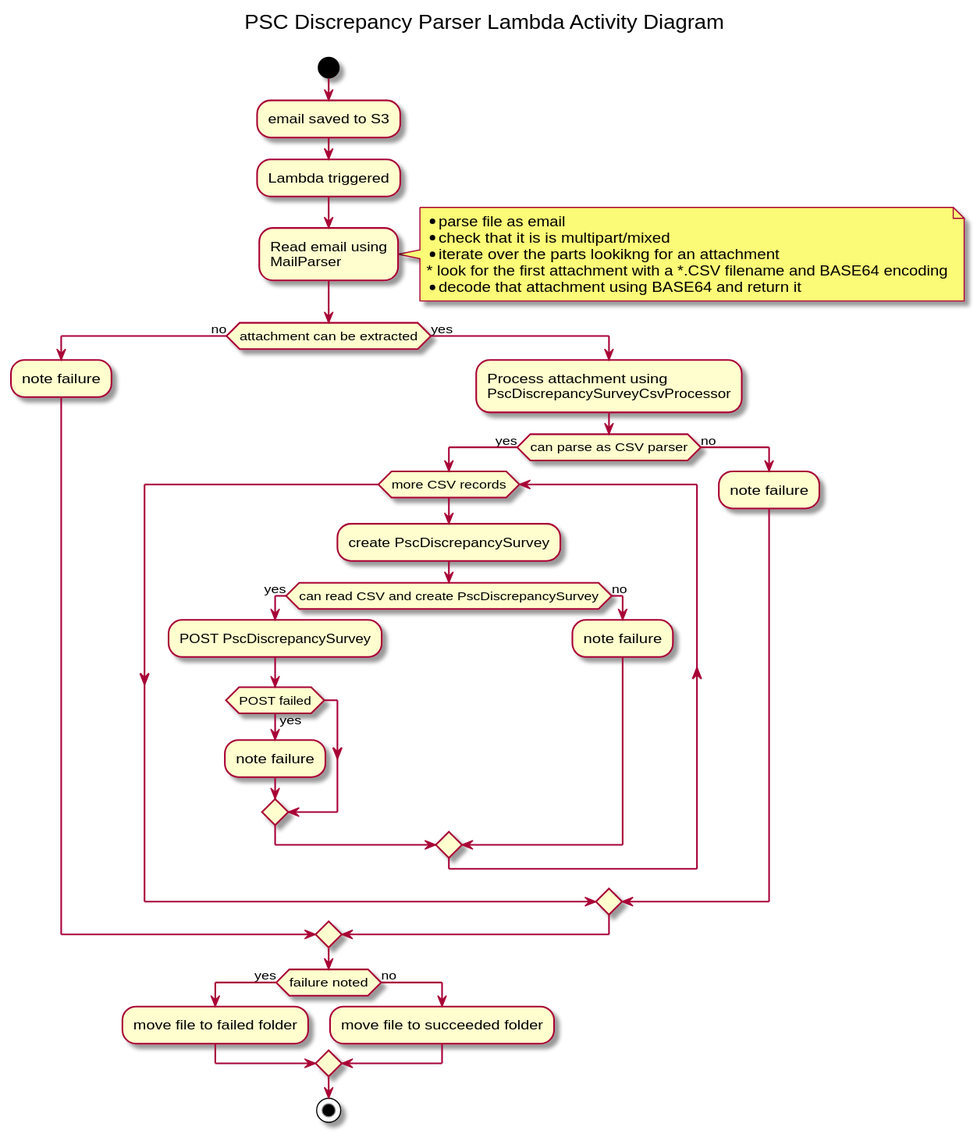
The PlantUML diagram design/LambdaActivity.svg in companieshouse/psc-discrepancy-parser, before a commit.
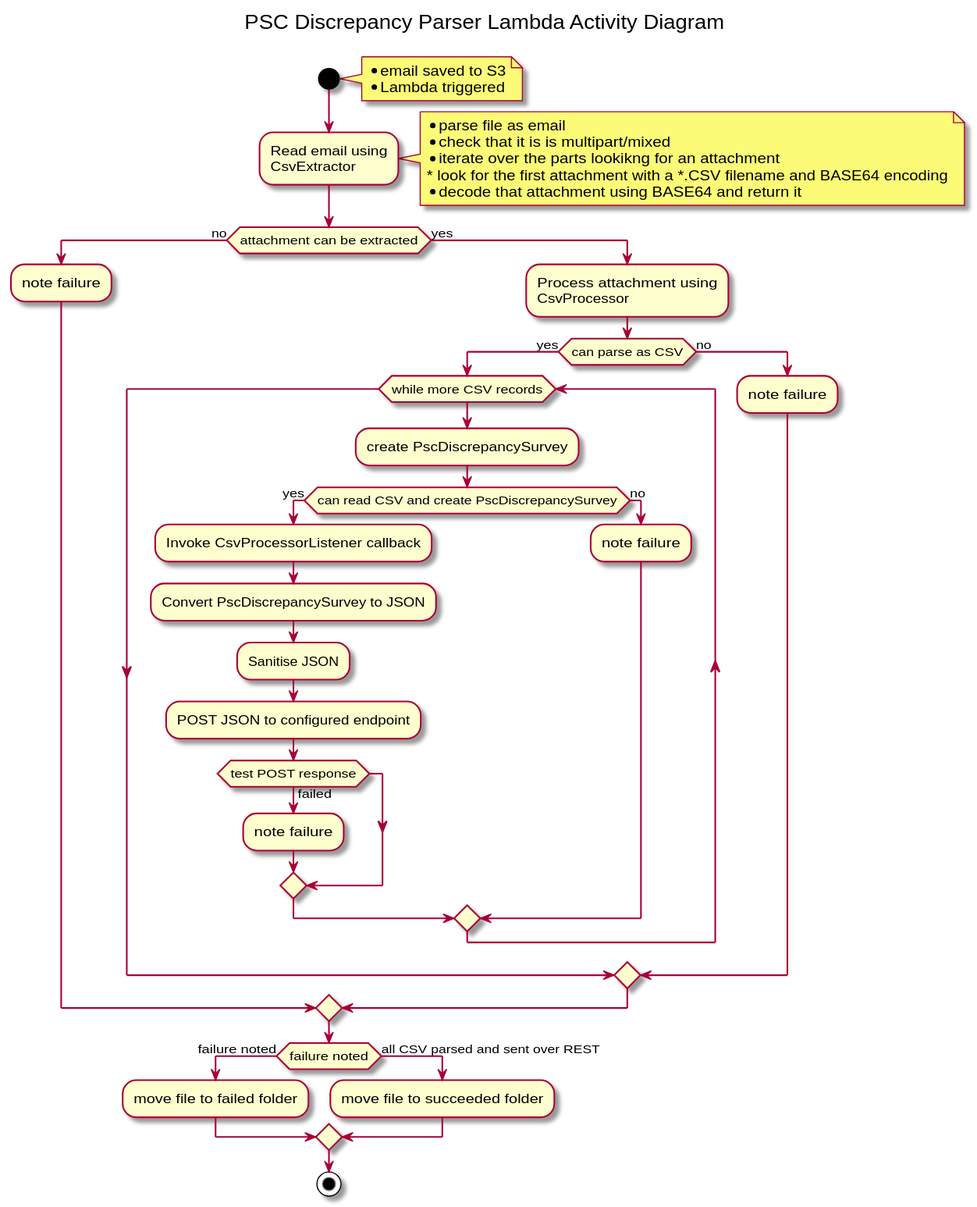
The same file after the commit.

What changed in the source:
```diff
@@ -2,12 +2,11 @@
 title PSC Discrepancy Parser Lambda Activity Diagram \n
 
 start
-
-:email saved to S3;
-
-:Lambda triggered;
-
-:Read email using\nMailParser;
+note right
+    * email saved to S3
+    * Lambda triggered
+endnote
+:Read email using\nCsvExtractor;
 note right
     * parse file as email
     * check that it is is multipart/mixed
@@ -19,13 +18,16 @@
 if (attachment can be extracted) then (no)
   :note failure;
 else (yes)
-  :Process attachment using\nPscDiscrepancySurveyCsvProcessor;
-  if (can parse as CSV parser) then (yes)
-    while (more CSV records)
+  :Process attachment using\nCsvProcessor;
+  if (can parse as CSV) then (yes)
+    while (while more CSV records)
         :create PscDiscrepancySurvey;
         if (can read CSV and create PscDiscrepancySurvey) then (yes)
-            :POST PscDiscrepancySurvey;
-            if (POST failed) then (yes)
+            :Invoke CsvProcessorListener callback;
+            :Convert PscDiscrepancySurvey to JSON;
+            :Sanitise JSON;
+            :POST JSON to configured endpoint;
+            if (test POST response) then (failed)
                 :note failure;
             endif
         else (no)
@@ -36,9 +38,9 @@
 	:note failure;
   endif
 endif
-if (failure noted) then (yes)
+if (failure noted) then (failure noted)
     :move file to failed folder;
-else (no)
+else (all CSV parsed and sent over REST)
     :move file to succeeded folder;
 endif
 
```
